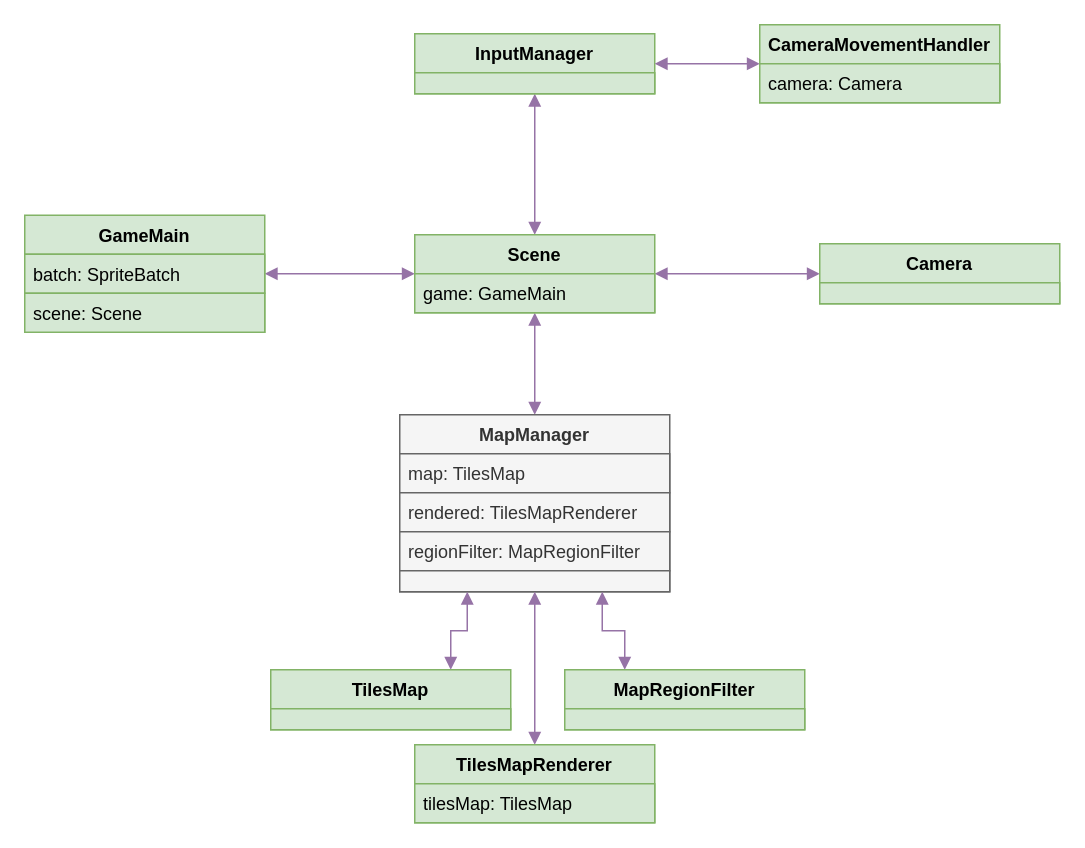
Above: uml/Diagram.drawio in Tonio993/bad-luck-simulator (draw.io), before the change. Source tidied: cells renumbered, new cells numbered last; positions are measured from the earlier drawing's top-left corner, leaving out a move shared by most shapes. Both pictures are drawn from the tidied source at 150%, with x=0, y=0 at pixel (24, 24).
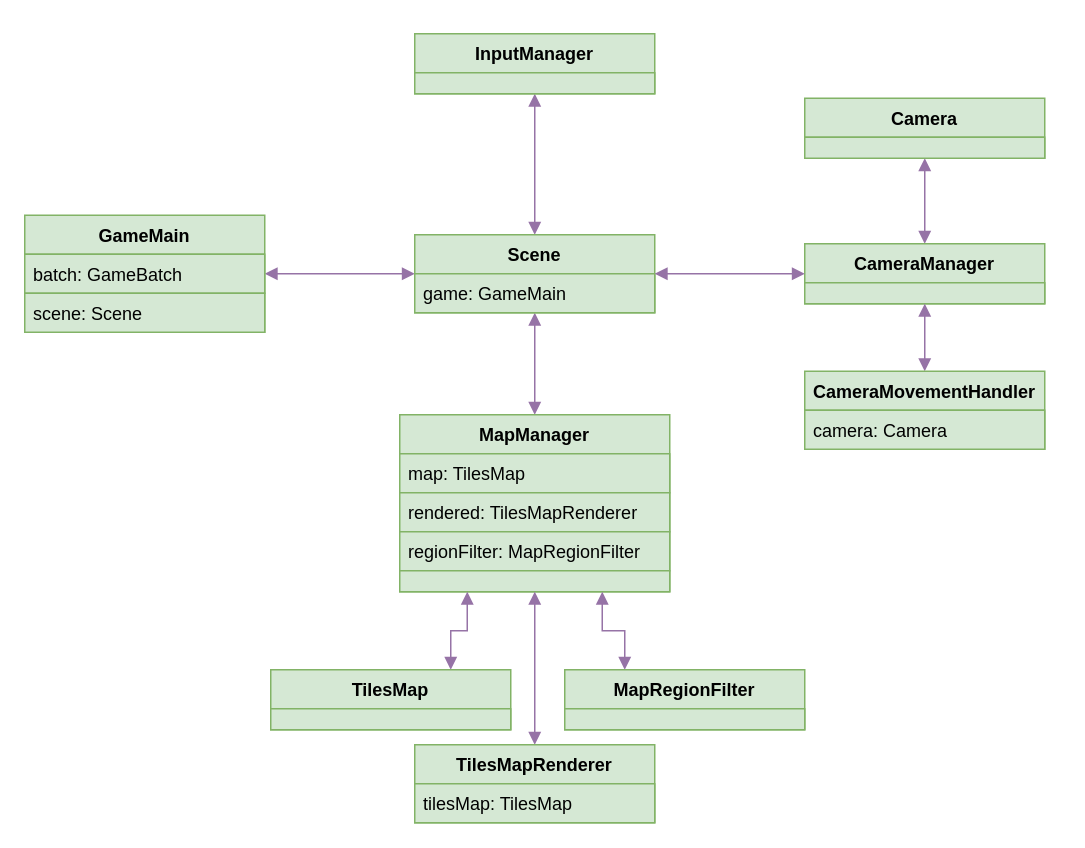
The same diagram, later.

The change refers to these unchanged cells:
```xml
<mxCell id="6" value="Scene" style="swimlane;fontStyle=1;align=center;verticalAlign=top;horizontal=1;startSize=26;fillColor=#d5e8d4;strokeColor=#82b366;" parent="1" vertex="1">
  <mxGeometry x="260" y="140" width="160" height="52" as="geometry" />
</mxCell>
<mxCell id="8" value="GameMain" style="swimlane;fontStyle=1;align=center;verticalAlign=top;horizontal=1;startSize=26;fillColor=#d5e8d4;strokeColor=#82b366;" parent="1" vertex="1">
  <mxGeometry y="127" width="160" height="78" as="geometry" />
</mxCell>
<mxCell id="13" value="InputManager" style="swimlane;fontStyle=1;align=center;verticalAlign=top;horizontal=1;startSize=26;fillColor=#d5e8d4;strokeColor=#82b366;" parent="1" vertex="1">
  <mxGeometry x="260" y="6" width="160" height="40" as="geometry" />
</mxCell>
```

What changed in the source:
```diff
@@
-    <mxCell id="4" style="edgeStyle=orthogonalEdgeStyle;rounded=0;jettySize=auto;html=1;exitX=0;exitY=0.5;exitDx=0;exitDy=0;startArrow=block;startFill=1;endArrow=block;endFill=1;entryX=1;entryY=0.5;entryDx=0;entryDy=0;fillColor=#e1d5e7;strokeColor=#9673a6;" parent="1" edge="1" source="11" target="6">
+    <mxCell id="4" style="edgeStyle=orthogonalEdgeStyle;rounded=0;jettySize=auto;html=1;exitX=0.5;exitY=0;exitDx=0;exitDy=0;startArrow=block;startFill=1;endArrow=block;endFill=1;entryX=0.5;entryY=1;entryDx=0;entryDy=0;fillColor=#e1d5e7;strokeColor=#9673a6;" parent="1" edge="1" source="32" target="11">
       <mxGeometry relative="1" as="geometry" />
     </mxCell>
@@
-    <mxCell id="9" value="batch: SpriteBatch" style="text;align=left;verticalAlign=top;spacingLeft=4;spacingRight=4;overflow=hidden;fillColor=#d5e8d4;strokeColor=#82b366;" parent="8" vertex="1">
+    <mxCell id="9" value="batch: GameBatch" style="text;align=left;verticalAlign=top;spacingLeft=4;spacingRight=4;overflow=hidden;fillColor=#d5e8d4;strokeColor=#82b366;" parent="8" vertex="1">
       <mxGeometry y="26" width="160" height="26" as="geometry" />
     </mxCell>
@@
-    <mxCell id="11" value="Camera" style="swimlane;fontStyle=1;align=center;verticalAlign=top;horizontal=1;startSize=26;fillColor=#d5e8d4;strokeColor=#82b366;" parent="1" vertex="1">
-      <mxGeometry x="530" y="146" width="160" height="40" as="geometry" />
-    </mxCell>
-    <mxCell id="12" style="text;strokeColor=#82b366;fillColor=#d5e8d4;align=left;verticalAlign=middle;spacingTop=-1;spacingLeft=4;spacingRight=4;labelPosition=right;" parent="11" vertex="1">
-      <mxGeometry y="26" width="160" height="14" as="geometry" />
-    </mxCell>
@@
-    <mxCell id="15" value="MapManager" style="swimlane;fontStyle=1;align=center;verticalAlign=top;horizontal=1;startSize=26;fillColor=#f5f5f5;strokeColor=#666666;fontColor=#333333;" parent="1" vertex="1">
+    <mxCell id="15" value="MapManager" style="swimlane;fontStyle=1;align=center;verticalAlign=top;horizontal=1;startSize=26;fillColor=#d5e8d4;strokeColor=#82b366;" parent="1" vertex="1">
       <mxGeometry x="250" y="260" width="180" height="118" as="geometry" />
     </mxCell>
-    <mxCell id="16" value="map: TilesMap" style="text;align=left;verticalAlign=top;spacingLeft=4;spacingRight=4;overflow=hidden;fillColor=#f5f5f5;strokeColor=#666666;fontColor=#333333;" parent="15" vertex="1">
+    <mxCell id="16" value="map: TilesMap" style="text;align=left;verticalAlign=top;spacingLeft=4;spacingRight=4;overflow=hidden;fillColor=#d5e8d4;strokeColor=#82b366;" parent="15" vertex="1">
       <mxGeometry y="26" width="180" height="26" as="geometry" />
     </mxCell>
-    <mxCell id="17" value="rendered: TilesMapRenderer" style="text;align=left;verticalAlign=top;spacingLeft=4;spacingRight=4;overflow=hidden;fillColor=#f5f5f5;strokeColor=#666666;fontColor=#333333;" parent="15" vertex="1">
+    <mxCell id="17" value="rendered: TilesMapRenderer" style="text;align=left;verticalAlign=top;spacingLeft=4;spacingRight=4;overflow=hidden;fillColor=#d5e8d4;strokeColor=#82b366;" parent="15" vertex="1">
       <mxGeometry y="52" width="180" height="26" as="geometry" />
     </mxCell>
-    <mxCell id="18" value="regionFilter: MapRegionFilter" style="text;align=left;verticalAlign=top;spacingLeft=4;spacingRight=4;overflow=hidden;fillColor=#f5f5f5;strokeColor=#666666;fontColor=#333333;" parent="15" vertex="1">
+    <mxCell id="18" value="regionFilter: MapRegionFilter" style="text;align=left;verticalAlign=top;spacingLeft=4;spacingRight=4;overflow=hidden;fillColor=#d5e8d4;strokeColor=#82b366;" parent="15" vertex="1">
       <mxGeometry y="78" width="180" height="26" as="geometry" />
     </mxCell>
-    <mxCell id="19" style="text;strokeColor=#666666;fillColor=#f5f5f5;align=left;verticalAlign=middle;spacingTop=-1;spacingLeft=4;spacingRight=4;labelPosition=right;rounded=0;glass=0;fontColor=#333333;" parent="15" vertex="1">
+    <mxCell id="19" style="text;strokeColor=#82b366;fillColor=#d5e8d4;align=left;verticalAlign=middle;spacingTop=-1;spacingLeft=4;spacingRight=4;labelPosition=right;rounded=0;glass=0;" parent="15" vertex="1">
       <mxGeometry y="104" width="180" height="14" as="geometry" />
     </mxCell>
@@
-    <mxCell id="23" style="edgeStyle=orthogonalEdgeStyle;rounded=0;jettySize=auto;html=1;exitX=0;exitY=0.5;exitDx=0;exitDy=0;entryX=1;entryY=0.5;entryDx=0;entryDy=0;startArrow=block;startFill=1;endArrow=block;endFill=1;fillColor=#e1d5e7;strokeColor=#9673a6;" parent="1" edge="1" source="30" target="13">
-      <mxGeometry relative="1" as="geometry" />
-    </mxCell>
+    <mxCell id="32" value="CameraManager" style="swimlane;fontStyle=1;align=center;verticalAlign=top;horizontal=1;startSize=26;fillColor=#d5e8d4;strokeColor=#82b366;" parent="1" vertex="1">
+      <mxGeometry x="520" y="146" width="160" height="40" as="geometry" />
+    </mxCell>
+    <mxCell id="33" style="text;strokeColor=#82b366;fillColor=#d5e8d4;align=left;verticalAlign=middle;spacingTop=-1;spacingLeft=4;spacingRight=4;labelPosition=right;" parent="32" vertex="1">
+      <mxGeometry y="26" width="160" height="14" as="geometry" />
+    </mxCell>
@@
+    <mxCell id="34" style="edgeStyle=orthogonalEdgeStyle;rounded=0;jettySize=auto;html=1;exitX=0.5;exitY=0;exitDx=0;exitDy=0;startArrow=block;startFill=1;endArrow=block;endFill=1;fillColor=#e1d5e7;strokeColor=#9673a6;" parent="1" edge="1" source="30" target="32">
+      <mxGeometry relative="1" as="geometry" />
+    </mxCell>
+    <mxCell id="11" value="Camera" style="swimlane;fontStyle=1;align=center;verticalAlign=top;horizontal=1;startSize=26;fillColor=#d5e8d4;strokeColor=#82b366;" parent="1" vertex="1">
+      <mxGeometry x="520" y="49" width="160" height="40" as="geometry" />
+    </mxCell>
+    <mxCell id="12" style="text;strokeColor=#82b366;fillColor=#d5e8d4;align=left;verticalAlign=middle;spacingTop=-1;spacingLeft=4;spacingRight=4;labelPosition=right;" parent="11" vertex="1">
+      <mxGeometry y="26" width="160" height="14" as="geometry" />
+    </mxCell>
+    <mxCell id="35" style="edgeStyle=orthogonalEdgeStyle;rounded=0;jettySize=auto;html=1;exitX=0;exitY=0.5;exitDx=0;exitDy=0;entryX=1;entryY=0.5;entryDx=0;entryDy=0;startArrow=block;startFill=1;endArrow=block;endFill=1;fillColor=#e1d5e7;strokeColor=#9673a6;" parent="1" edge="1" source="32" target="6">
+      <mxGeometry relative="1" as="geometry" />
+    </mxCell>
     <mxCell id="30" value="CameraMovementHandler" style="swimlane;fontStyle=1;align=center;verticalAlign=top;horizontal=1;startSize=26;fillColor=#d5e8d4;strokeColor=#82b366;" parent="1" vertex="1">
-      <mxGeometry x="490" width="160" height="52" as="geometry" />
+      <mxGeometry x="520" y="231" width="160" height="52" as="geometry" />
     </mxCell>
```
